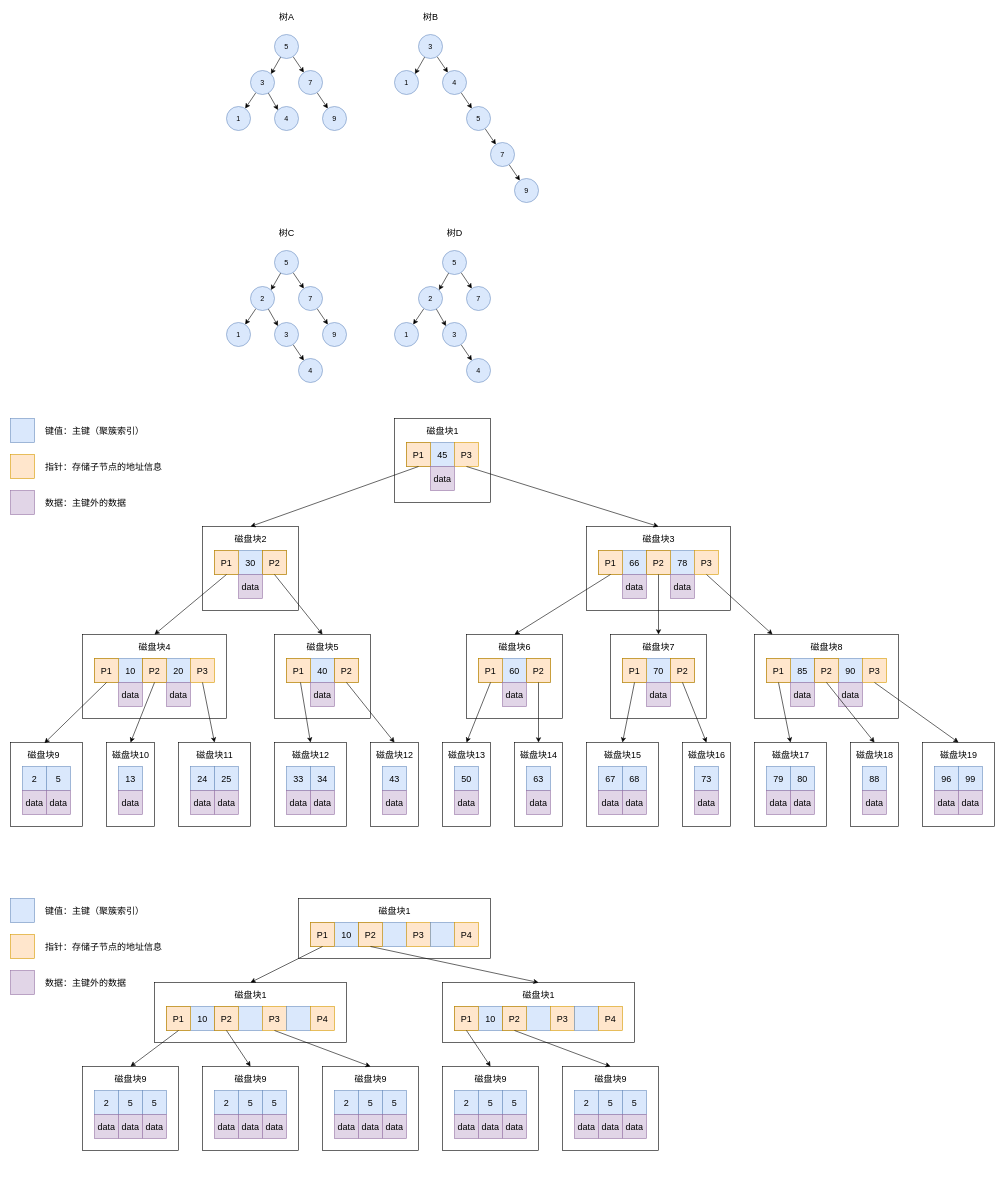
Above: MySQL 的 B+Tree/MySQL 的 B+Tree.drawio in zero-97/picture-of-the-article (draw.io), before the change. Source tidied: cells renumbered, new cells numbered last; positions are measured from the earlier drawing's top-left corner, leaving out a move shared by most shapes. Both pictures are drawn from the tidied source at 60%, with x=0, y=0 at pixel (10, 10).
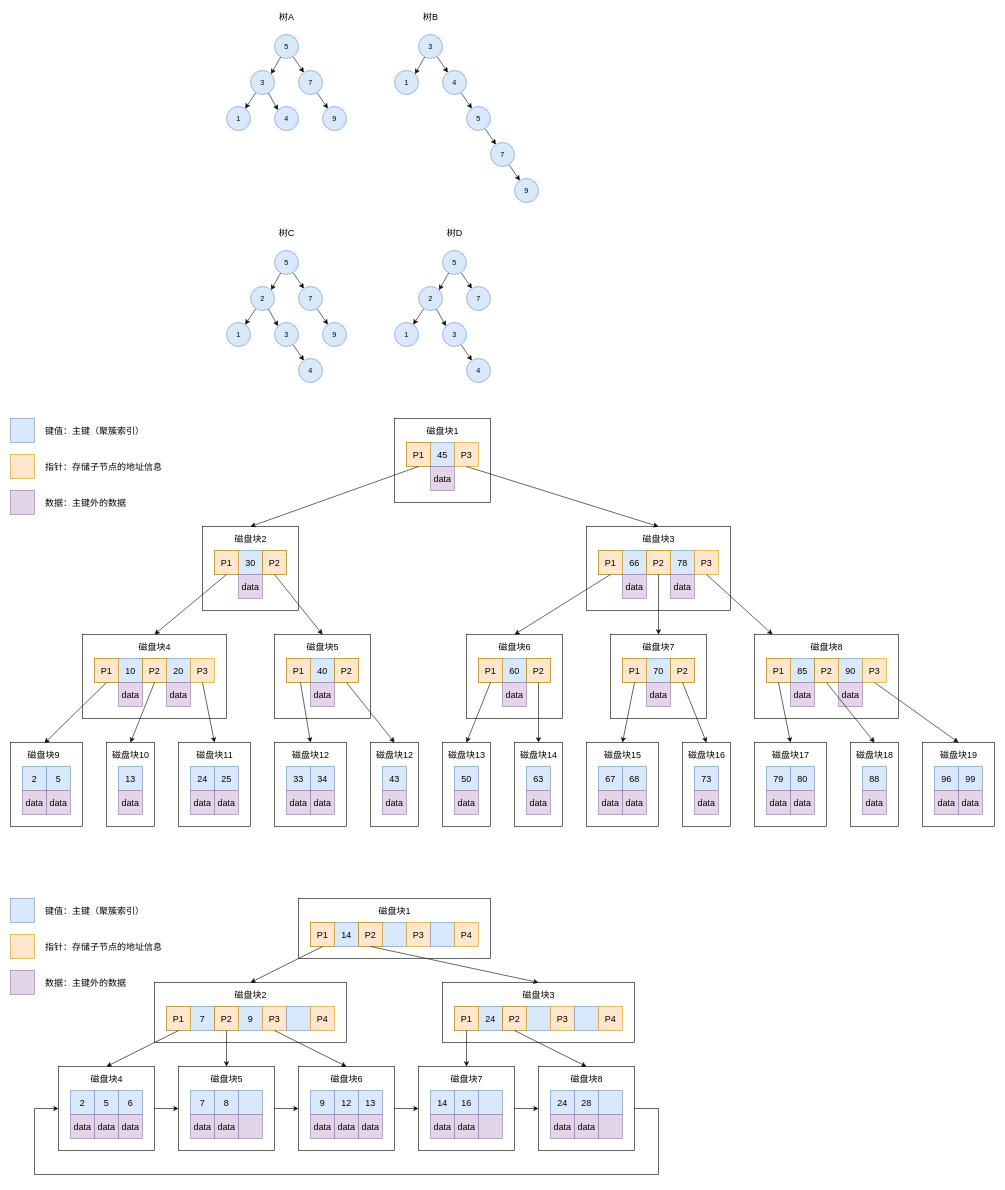
After the change.

Unchanged cells that the change refers to:
```xml
<mxCell id="235" style="group;" parent="1" vertex="1">
  <mxGeometry x="480" y="1480" width="320" height="100" as="geometry" />
</mxCell>
<mxCell id="247" style="group;" parent="1" vertex="1">
  <mxGeometry x="240" y="1620" width="320" height="100" as="geometry" />
</mxCell>
<mxCell id="259" style="group;" parent="1" vertex="1">
  <mxGeometry x="720" y="1620" width="320" height="100" as="geometry" />
</mxCell>
<mxCell id="274" style="rounded=0;whiteSpace=wrap;html=1;fontSize=15;" parent="273" vertex="1">
  <mxGeometry width="160" height="140" as="geometry" />
</mxCell>
<mxCell id="283" style="rounded=0;whiteSpace=wrap;html=1;fontSize=15;" parent="282" vertex="1">
  <mxGeometry width="160" height="140" as="geometry" />
</mxCell>
<mxCell id="292" style="rounded=0;whiteSpace=wrap;html=1;fontSize=15;" parent="291" vertex="1">
  <mxGeometry width="160" height="140" as="geometry" />
</mxCell>
<mxCell id="301" style="rounded=0;whiteSpace=wrap;html=1;fontSize=15;" parent="300" vertex="1">
  <mxGeometry width="160" height="140" as="geometry" />
</mxCell>
<mxCell id="310" style="rounded=0;whiteSpace=wrap;html=1;fontSize=15;" parent="309" vertex="1">
  <mxGeometry width="160" height="140" as="geometry" />
</mxCell>
```

The edit, as a diff of the source:
```diff
@@
-    <mxCell id="238" value="10" style="rounded=0;whiteSpace=wrap;html=1;fontSize=15;fillColor=#dae8fc;strokeColor=#6c8ebf;" parent="235" vertex="1">
+    <mxCell id="238" value="14" style="rounded=0;whiteSpace=wrap;html=1;fontSize=15;fillColor=#dae8fc;strokeColor=#6c8ebf;" parent="235" vertex="1">
       <mxGeometry x="60" y="40" width="40" height="40" as="geometry" />
     </mxCell>
@@
-    <mxCell id="250" value="10" style="rounded=0;whiteSpace=wrap;html=1;fontSize=15;fillColor=#dae8fc;strokeColor=#6c8ebf;" parent="247" vertex="1">
+    <mxCell id="250" value="7" style="rounded=0;whiteSpace=wrap;html=1;fontSize=15;fillColor=#dae8fc;strokeColor=#6c8ebf;" parent="247" vertex="1">
       <mxGeometry x="60" y="40" width="40" height="40" as="geometry" />
     </mxCell>
@@
-    <mxCell id="252" style="rounded=0;whiteSpace=wrap;html=1;fontSize=15;fillColor=#dae8fc;strokeColor=#6c8ebf;" parent="247" vertex="1">
+    <mxCell id="252" value="9" style="rounded=0;whiteSpace=wrap;html=1;fontSize=15;fillColor=#dae8fc;strokeColor=#6c8ebf;" parent="247" vertex="1">
       <mxGeometry x="140" y="40" width="40" height="40" as="geometry" />
     </mxCell>
@@
-    <mxCell id="256" value="磁盘块1" style="text;html=1;align=center;verticalAlign=middle;strokeColor=none;fillColor=none;fontSize=15;" parent="247" vertex="1">
+    <mxCell id="256" value="磁盘块2" style="text;html=1;align=center;verticalAlign=middle;strokeColor=none;fillColor=none;fontSize=15;" parent="247" vertex="1">
       <mxGeometry x="125" y="10" width="70" height="20" as="geometry" />
     </mxCell>
@@
-    <mxCell id="262" value="10" style="rounded=0;whiteSpace=wrap;html=1;fontSize=15;fillColor=#dae8fc;strokeColor=#6c8ebf;" parent="259" vertex="1">
+    <mxCell id="262" value="24" style="rounded=0;whiteSpace=wrap;html=1;fontSize=15;fillColor=#dae8fc;strokeColor=#6c8ebf;" parent="259" vertex="1">
       <mxGeometry x="60" y="40" width="40" height="40" as="geometry" />
     </mxCell>
@@
-    <mxCell id="268" value="磁盘块1" style="text;html=1;align=center;verticalAlign=middle;strokeColor=none;fillColor=none;fontSize=15;" parent="259" vertex="1">
+    <mxCell id="268" value="磁盘块3" style="text;html=1;align=center;verticalAlign=middle;strokeColor=none;fillColor=none;fontSize=15;" parent="259" vertex="1">
       <mxGeometry x="125" y="10" width="70" height="20" as="geometry" />
     </mxCell>
@@
     <mxCell id="273" style="group;" parent="1" vertex="1">
-      <mxGeometry x="520" y="1760" width="160" height="140" as="geometry" />
+      <mxGeometry x="480" y="1760" width="160" height="140" as="geometry" />
     </mxCell>
@@
-    <mxCell id="275" value="2" style="rounded=0;whiteSpace=wrap;html=1;fontSize=15;fillColor=#dae8fc;strokeColor=#6c8ebf;" parent="273" vertex="1">
+    <mxCell id="275" value="9" style="rounded=0;whiteSpace=wrap;html=1;fontSize=15;fillColor=#dae8fc;strokeColor=#6c8ebf;" parent="273" vertex="1">
       <mxGeometry x="20" y="40" width="40" height="40" as="geometry" />
     </mxCell>
@@
-    <mxCell id="277" value="磁盘块9" style="text;html=1;align=center;verticalAlign=middle;strokeColor=none;fillColor=none;fontSize=15;" parent="273" vertex="1">
+    <mxCell id="277" value="磁盘块6" style="text;html=1;align=center;verticalAlign=middle;strokeColor=none;fillColor=none;fontSize=15;" parent="273" vertex="1">
       <mxGeometry x="45" y="10" width="70" height="20" as="geometry" />
     </mxCell>
-    <mxCell id="278" value="5" style="rounded=0;whiteSpace=wrap;html=1;fontSize=15;fillColor=#dae8fc;strokeColor=#6c8ebf;" parent="273" vertex="1">
+    <mxCell id="278" value="12" style="rounded=0;whiteSpace=wrap;html=1;fontSize=15;fillColor=#dae8fc;strokeColor=#6c8ebf;" parent="273" vertex="1">
       <mxGeometry x="60" y="40" width="40" height="40" as="geometry" />
     </mxCell>
@@
-    <mxCell id="280" value="5" style="rounded=0;whiteSpace=wrap;html=1;fontSize=15;fillColor=#dae8fc;strokeColor=#6c8ebf;" parent="273" vertex="1">
+    <mxCell id="280" value="13" style="rounded=0;whiteSpace=wrap;html=1;fontSize=15;fillColor=#dae8fc;strokeColor=#6c8ebf;" parent="273" vertex="1">
       <mxGeometry x="100" y="40" width="40" height="40" as="geometry" />
     </mxCell>
@@
     <mxCell id="282" style="group;" parent="1" vertex="1">
-      <mxGeometry x="320" y="1760" width="160" height="140" as="geometry" />
+      <mxGeometry x="280" y="1760" width="160" height="140" as="geometry" />
     </mxCell>
@@
-    <mxCell id="284" value="2" style="rounded=0;whiteSpace=wrap;html=1;fontSize=15;fillColor=#dae8fc;strokeColor=#6c8ebf;" parent="282" vertex="1">
+    <mxCell id="284" value="7" style="rounded=0;whiteSpace=wrap;html=1;fontSize=15;fillColor=#dae8fc;strokeColor=#6c8ebf;" parent="282" vertex="1">
       <mxGeometry x="20" y="40" width="40" height="40" as="geometry" />
     </mxCell>
@@
-    <mxCell id="286" value="磁盘块9" style="text;html=1;align=center;verticalAlign=middle;strokeColor=none;fillColor=none;fontSize=15;" parent="282" vertex="1">
+    <mxCell id="286" value="磁盘块5" style="text;html=1;align=center;verticalAlign=middle;strokeColor=none;fillColor=none;fontSize=15;" parent="282" vertex="1">
       <mxGeometry x="45" y="10" width="70" height="20" as="geometry" />
     </mxCell>
-    <mxCell id="287" value="5" style="rounded=0;whiteSpace=wrap;html=1;fontSize=15;fillColor=#dae8fc;strokeColor=#6c8ebf;" parent="282" vertex="1">
+    <mxCell id="287" value="8" style="rounded=0;whiteSpace=wrap;html=1;fontSize=15;fillColor=#dae8fc;strokeColor=#6c8ebf;" parent="282" vertex="1">
       <mxGeometry x="60" y="40" width="40" height="40" as="geometry" />
     </mxCell>
@@
-    <mxCell id="289" value="5" style="rounded=0;whiteSpace=wrap;html=1;fontSize=15;fillColor=#dae8fc;strokeColor=#6c8ebf;" parent="282" vertex="1">
+    <mxCell id="289" style="rounded=0;whiteSpace=wrap;html=1;fontSize=15;fillColor=#dae8fc;strokeColor=#6c8ebf;" parent="282" vertex="1">
       <mxGeometry x="100" y="40" width="40" height="40" as="geometry" />
     </mxCell>
-    <mxCell id="290" value="data" style="rounded=0;whiteSpace=wrap;html=1;fontSize=15;fillColor=#e1d5e7;strokeColor=#9673a6;" parent="282" vertex="1">
+    <mxCell id="290" style="rounded=0;whiteSpace=wrap;html=1;fontSize=15;fillColor=#e1d5e7;strokeColor=#9673a6;" parent="282" vertex="1">
       <mxGeometry x="100" y="80" width="40" height="40" as="geometry" />
     </mxCell>
     <mxCell id="291" style="group;" parent="1" vertex="1">
-      <mxGeometry x="120" y="1760" width="160" height="140" as="geometry" />
+      <mxGeometry x="80" y="1760" width="160" height="140" as="geometry" />
     </mxCell>
@@
-    <mxCell id="295" value="磁盘块9" style="text;html=1;align=center;verticalAlign=middle;strokeColor=none;fillColor=none;fontSize=15;" parent="291" vertex="1">
+    <mxCell id="295" value="磁盘块4" style="text;html=1;align=center;verticalAlign=middle;strokeColor=none;fillColor=none;fontSize=15;" parent="291" vertex="1">
       <mxGeometry x="45" y="10" width="70" height="20" as="geometry" />
     </mxCell>
@@
-    <mxCell id="298" value="5" style="rounded=0;whiteSpace=wrap;html=1;fontSize=15;fillColor=#dae8fc;strokeColor=#6c8ebf;" parent="291" vertex="1">
+    <mxCell id="298" value="6" style="rounded=0;whiteSpace=wrap;html=1;fontSize=15;fillColor=#dae8fc;strokeColor=#6c8ebf;" parent="291" vertex="1">
       <mxGeometry x="100" y="40" width="40" height="40" as="geometry" />
     </mxCell>
@@
     <mxCell id="300" style="group;" parent="1" vertex="1">
-      <mxGeometry x="720" y="1760" width="160" height="140" as="geometry" />
+      <mxGeometry x="680" y="1760" width="160" height="140" as="geometry" />
     </mxCell>
@@
-    <mxCell id="302" value="2" style="rounded=0;whiteSpace=wrap;html=1;fontSize=15;fillColor=#dae8fc;strokeColor=#6c8ebf;" parent="300" vertex="1">
+    <mxCell id="302" value="14" style="rounded=0;whiteSpace=wrap;html=1;fontSize=15;fillColor=#dae8fc;strokeColor=#6c8ebf;" parent="300" vertex="1">
       <mxGeometry x="20" y="40" width="40" height="40" as="geometry" />
     </mxCell>
@@
-    <mxCell id="304" value="磁盘块9" style="text;html=1;align=center;verticalAlign=middle;strokeColor=none;fillColor=none;fontSize=15;" parent="300" vertex="1">
+    <mxCell id="304" value="磁盘块7" style="text;html=1;align=center;verticalAlign=middle;strokeColor=none;fillColor=none;fontSize=15;" parent="300" vertex="1">
       <mxGeometry x="45" y="10" width="70" height="20" as="geometry" />
     </mxCell>
-    <mxCell id="305" value="5" style="rounded=0;whiteSpace=wrap;html=1;fontSize=15;fillColor=#dae8fc;strokeColor=#6c8ebf;" parent="300" vertex="1">
+    <mxCell id="305" value="16" style="rounded=0;whiteSpace=wrap;html=1;fontSize=15;fillColor=#dae8fc;strokeColor=#6c8ebf;" parent="300" vertex="1">
       <mxGeometry x="60" y="40" width="40" height="40" as="geometry" />
     </mxCell>
@@
-    <mxCell id="307" value="5" style="rounded=0;whiteSpace=wrap;html=1;fontSize=15;fillColor=#dae8fc;strokeColor=#6c8ebf;" parent="300" vertex="1">
+    <mxCell id="307" style="rounded=0;whiteSpace=wrap;html=1;fontSize=15;fillColor=#dae8fc;strokeColor=#6c8ebf;" parent="300" vertex="1">
       <mxGeometry x="100" y="40" width="40" height="40" as="geometry" />
     </mxCell>
-    <mxCell id="308" value="data" style="rounded=0;whiteSpace=wrap;html=1;fontSize=15;fillColor=#e1d5e7;strokeColor=#9673a6;" parent="300" vertex="1">
+    <mxCell id="308" style="rounded=0;whiteSpace=wrap;html=1;fontSize=15;fillColor=#e1d5e7;strokeColor=#9673a6;" parent="300" vertex="1">
       <mxGeometry x="100" y="80" width="40" height="40" as="geometry" />
     </mxCell>
     <mxCell id="309" style="group;" parent="1" vertex="1">
-      <mxGeometry x="920" y="1760" width="160" height="140" as="geometry" />
+      <mxGeometry x="880" y="1760" width="160" height="140" as="geometry" />
     </mxCell>
@@
-    <mxCell id="311" value="2" style="rounded=0;whiteSpace=wrap;html=1;fontSize=15;fillColor=#dae8fc;strokeColor=#6c8ebf;" parent="309" vertex="1">
+    <mxCell id="311" value="24" style="rounded=0;whiteSpace=wrap;html=1;fontSize=15;fillColor=#dae8fc;strokeColor=#6c8ebf;" parent="309" vertex="1">
       <mxGeometry x="20" y="40" width="40" height="40" as="geometry" />
     </mxCell>
@@
-    <mxCell id="313" value="磁盘块9" style="text;html=1;align=center;verticalAlign=middle;strokeColor=none;fillColor=none;fontSize=15;" parent="309" vertex="1">
+    <mxCell id="313" value="磁盘块8" style="text;html=1;align=center;verticalAlign=middle;strokeColor=none;fillColor=none;fontSize=15;" parent="309" vertex="1">
       <mxGeometry x="45" y="10" width="70" height="20" as="geometry" />
     </mxCell>
-    <mxCell id="314" value="5" style="rounded=0;whiteSpace=wrap;html=1;fontSize=15;fillColor=#dae8fc;strokeColor=#6c8ebf;" parent="309" vertex="1">
+    <mxCell id="314" value="28" style="rounded=0;whiteSpace=wrap;html=1;fontSize=15;fillColor=#dae8fc;strokeColor=#6c8ebf;" parent="309" vertex="1">
       <mxGeometry x="60" y="40" width="40" height="40" as="geometry" />
     </mxCell>
@@
-    <mxCell id="316" value="5" style="rounded=0;whiteSpace=wrap;html=1;fontSize=15;fillColor=#dae8fc;strokeColor=#6c8ebf;" parent="309" vertex="1">
+    <mxCell id="316" style="rounded=0;whiteSpace=wrap;html=1;fontSize=15;fillColor=#dae8fc;strokeColor=#6c8ebf;" parent="309" vertex="1">
       <mxGeometry x="100" y="40" width="40" height="40" as="geometry" />
     </mxCell>
-    <mxCell id="317" value="data" style="rounded=0;whiteSpace=wrap;html=1;fontSize=15;fillColor=#e1d5e7;strokeColor=#9673a6;" parent="309" vertex="1">
+    <mxCell id="317" style="rounded=0;whiteSpace=wrap;html=1;fontSize=15;fillColor=#e1d5e7;strokeColor=#9673a6;" parent="309" vertex="1">
       <mxGeometry x="100" y="80" width="40" height="40" as="geometry" />
     </mxCell>
@@
+    <mxCell id="323" style="edgeStyle=none;rounded=0;jettySize=auto;html=1;fontSize=15;entryX=0;entryY=0.5;entryDx=0;entryDy=0;" parent="1" edge="1" source="292" target="283">
+      <mxGeometry relative="1" as="geometry" />
+    </mxCell>
+    <mxCell id="324" style="edgeStyle=none;rounded=0;jettySize=auto;html=1;fontSize=15;entryX=0;entryY=0.5;entryDx=0;entryDy=0;" parent="1" edge="1" source="283" target="274">
+      <mxGeometry relative="1" as="geometry" />
+    </mxCell>
+    <mxCell id="325" style="edgeStyle=none;rounded=0;jettySize=auto;html=1;entryX=0;entryY=0.5;entryDx=0;entryDy=0;fontSize=15;" parent="1" edge="1" source="274" target="301">
+      <mxGeometry relative="1" as="geometry" />
+    </mxCell>
+    <mxCell id="326" style="edgeStyle=none;rounded=0;jettySize=auto;html=1;fontSize=15;" parent="1" edge="1" source="301" target="310">
+      <mxGeometry relative="1" as="geometry" />
+    </mxCell>
+    <mxCell id="327" style="edgeStyle=orthogonalEdgeStyle;rounded=0;jettySize=auto;html=1;fontSize=15;entryX=0;entryY=0.5;entryDx=0;entryDy=0;exitX=1;exitY=0.5;exitDx=0;exitDy=0;" parent="1" edge="1" source="310" target="292">
+      <mxGeometry relative="1" as="geometry">
+        <Array as="points">
+          <mxPoint x="1080" y="1830" />
+          <mxPoint x="1080" y="1940" />
+          <mxPoint x="40" y="1940" />
+          <mxPoint x="40" y="1830" />
+        </Array>
+      </mxGeometry>
+    </mxCell>
```
